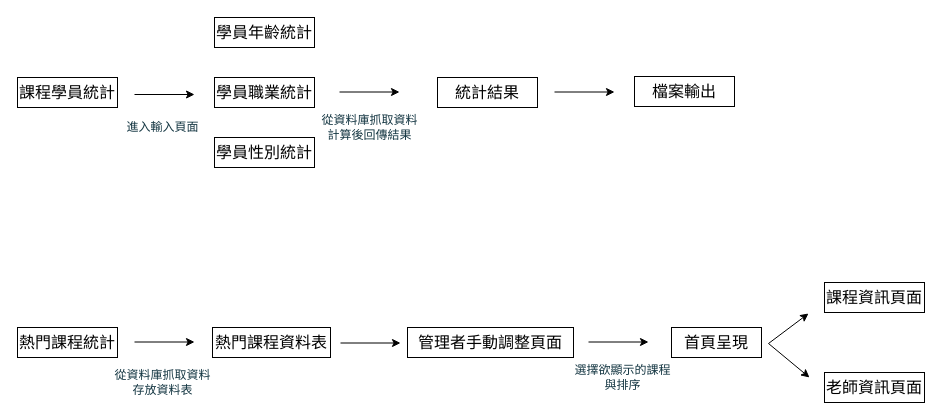
Before: manual/workflow/後臺統計流程圖.drawio in IIIEDUG02/SpecialTopic, a draw.io diagram. Source tidied: cells renumbered, new cells numbered last; positions are measured from the earlier drawing's top-left corner, leaving out a move shared by most shapes. Both pictures are drawn from the tidied source at 100%, with x=0, y=0 at pixel (17, 17).
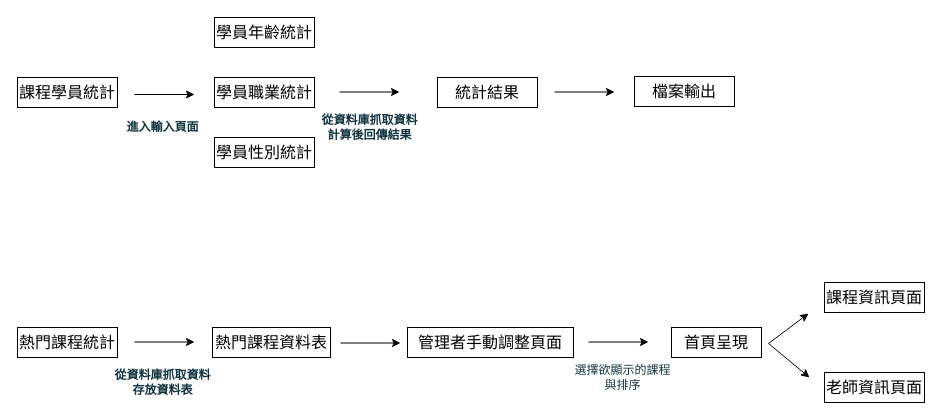
The same page after the edit.

Change to the diagram source:
```diff
@@
-    <mxCell id="13" value="進入輸入頁面" style="text;html=1;align=center;verticalAlign=middle;strokeColor=none;fillColor=none;fontColor=#143642;" parent="1" vertex="1">
+    <mxCell id="13" value="進入輸入頁面" style="text;html=1;align=center;verticalAlign=middle;strokeColor=none;fillColor=none;fontColor=#143642;fontStyle=1;" parent="1" vertex="1">
       <mxGeometry x="100" y="100" width="90" height="20" as="geometry" />
     </mxCell>
@@
-    <mxCell id="15" value="從資料庫抓取資料&lt;br&gt;計算後回傳結果" style="text;html=1;align=center;verticalAlign=middle;strokeColor=none;fillColor=none;fontColor=#143642;" parent="1" vertex="1">
+    <mxCell id="15" value="從資料庫抓取資料&lt;br&gt;計算後回傳結果" style="text;html=1;align=center;verticalAlign=middle;strokeColor=none;fillColor=none;fontColor=#143642;fontStyle=1;" parent="1" vertex="1">
       <mxGeometry x="297" y="95" width="110" height="30" as="geometry" />
     </mxCell>
@@
-    <mxCell id="18" value="從資料庫抓取資料&lt;br&gt;存放資料表" style="text;html=1;align=center;verticalAlign=middle;strokeColor=none;fillColor=none;fontColor=#143642;" parent="1" vertex="1">
+    <mxCell id="18" value="從資料庫抓取資料&lt;br&gt;存放資料表" style="text;html=1;align=center;verticalAlign=middle;strokeColor=none;fillColor=none;fontColor=#143642;fontStyle=1;" parent="1" vertex="1">
       <mxGeometry x="90" y="350" width="110" height="30" as="geometry" />
     </mxCell>
```
